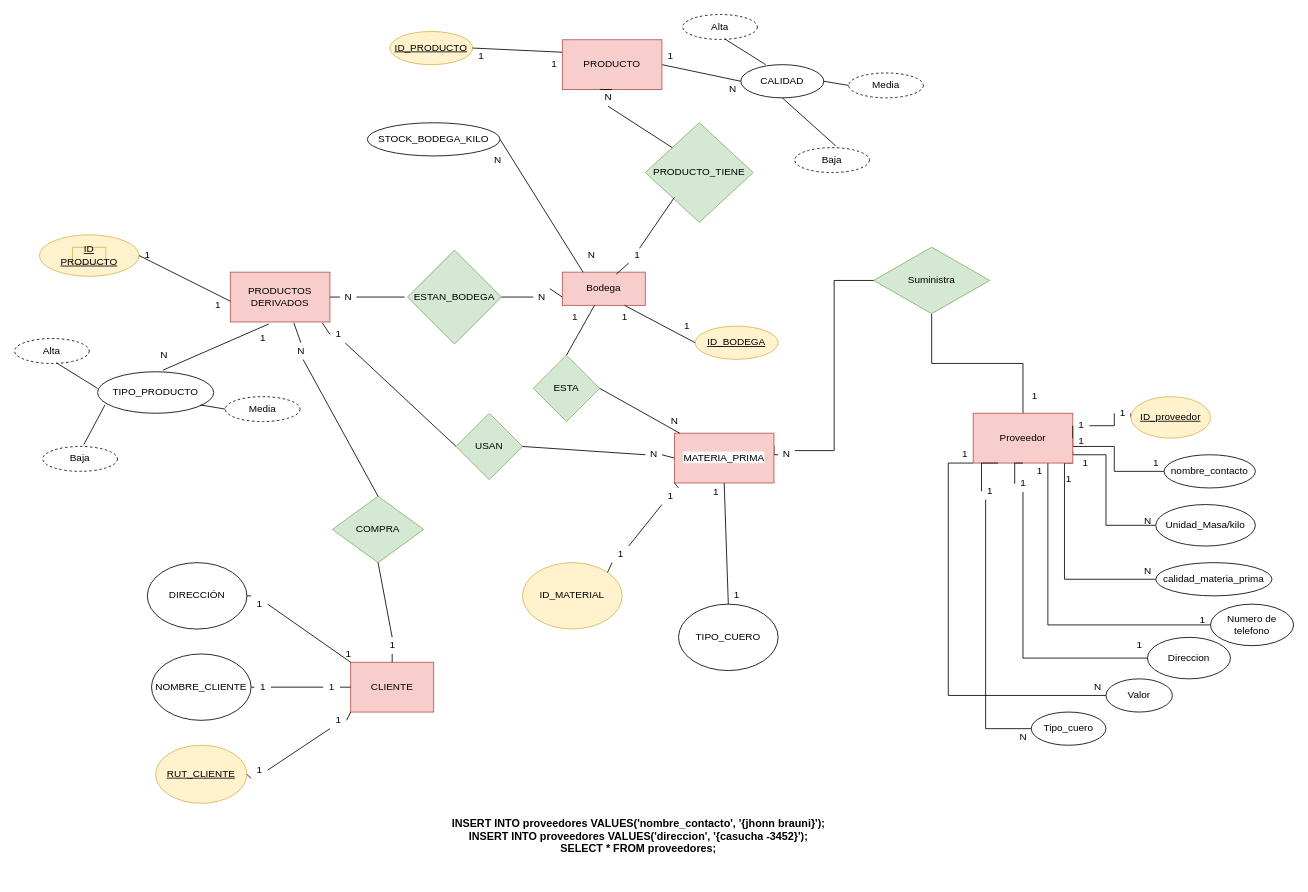
knonpower/modulo4 keeps this draw.io diagram as page "1.-Entidad-Relacion" (1 of 6) of DOC/Diagramas ER y MR.drawio. Above is the earlier version. Source tidied: cells renumbered, new cells numbered last; positions are measured from the earlier drawing's top-left corner, leaving out a move shared by most shapes. Both pictures are drawn from the tidied source at 83%, with x=0, y=0 at pixel (14, 14).
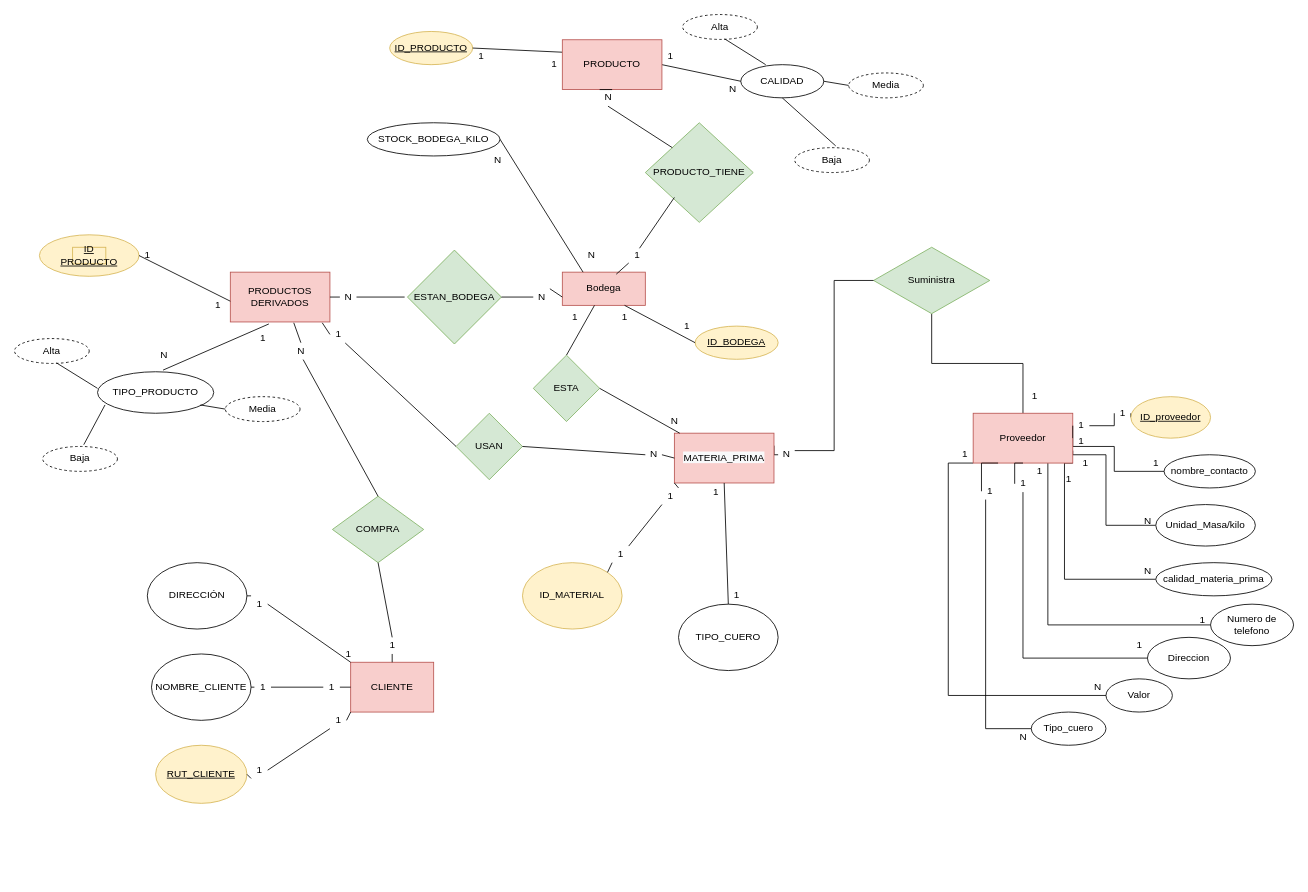
The same diagram, later.

Diff of the diagram source:
```diff
@@
-    <mxCell id="2" value="INSERT INTO proveedores VALUES('nombre_contacto', '{jhonn brauni}');&lt;br style=&quot;font-size: 13px;&quot;&gt;INSERT INTO proveedores VALUES('direccion', '{casucha -3452}');&lt;br style=&quot;font-size: 13px;&quot;&gt;SELECT * FROM proveedores;" style="text;html=1;strokeColor=none;fillColor=none;align=center;verticalAlign=middle;whiteSpace=wrap;rounded=0;fontStyle=1;fontSize=13;" parent="1" vertex="1">
-      <mxGeometry x="452" y="940" width="600" height="100" as="geometry" />
-    </mxCell>
```
